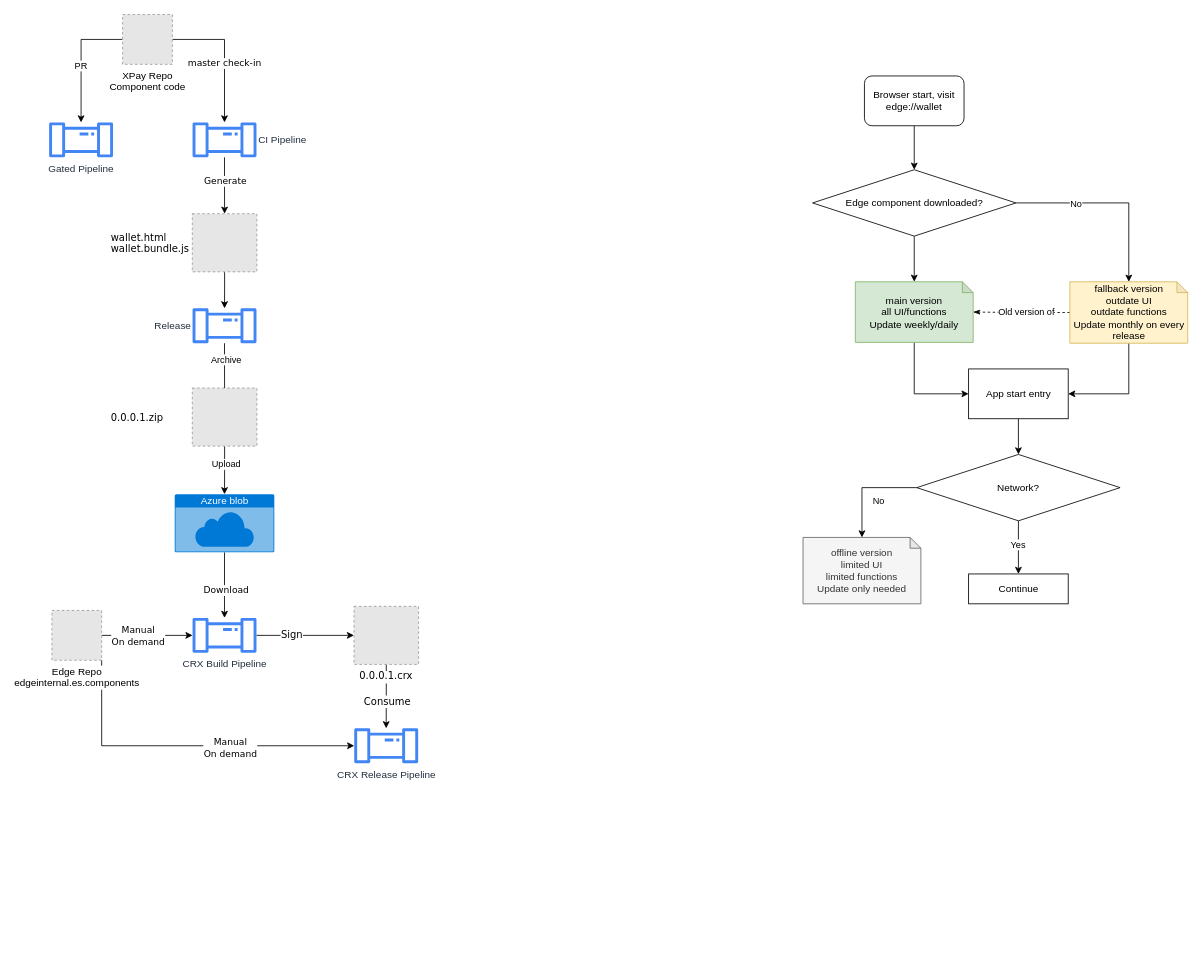
The draw.io diagram page "Overall" (1 of 3) of Wallet hub migration.drawio in lancelodliu/draw.io, before the edit. Source tidied: cells renumbered, new cells numbered last; positions are measured from the earlier drawing's top-left corner, leaving out a move shared by most shapes. Both pictures are drawn from the tidied source at 83%, with x=0, y=0 at pixel (48, 14). Pictures stored in the file or linked from it are replaced by grey dashed boxes.
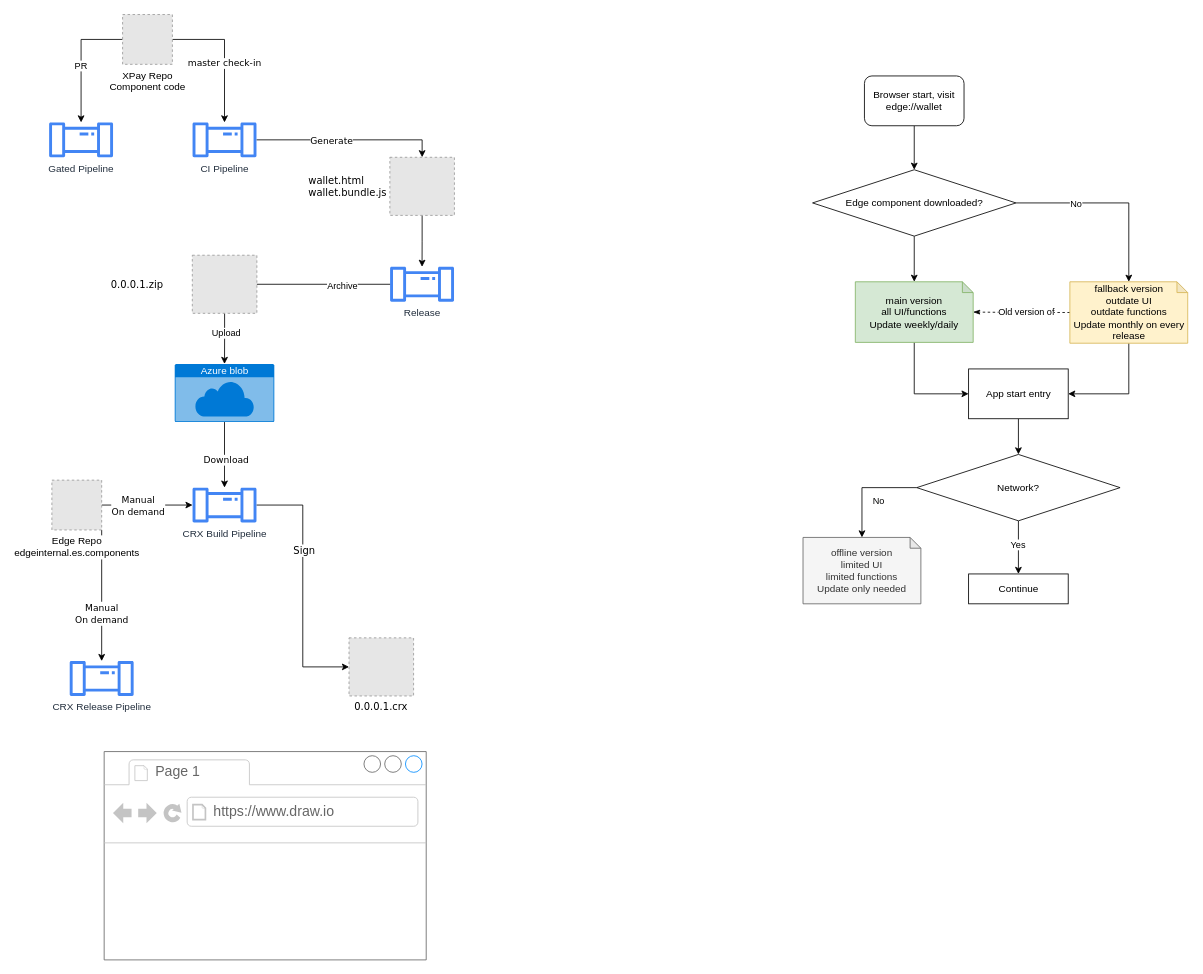
The same page after the edit.

What changed in the source:
```diff
@@
-    <mxCell id="4" value="CI Pipeline" style="sketch=0;outlineConnect=0;fontColor=#232F3E;gradientColor=none;fillColor=#4285F4;strokeColor=none;dashed=0;verticalLabelPosition=middle;verticalAlign=middle;align=left;html=1;fontSize=12;fontStyle=0;shape=mxgraph.aws4.iot_analytics_pipeline;labelPosition=right;" parent="1" vertex="1">
+    <mxCell id="4" value="CI Pipeline" style="sketch=0;outlineConnect=0;fontColor=#232F3E;gradientColor=none;fillColor=#4285F4;strokeColor=none;dashed=0;verticalLabelPosition=bottom;verticalAlign=top;align=center;html=1;fontSize=12;fontStyle=0;shape=mxgraph.aws4.iot_analytics_pipeline;labelPosition=center;" parent="1" vertex="1">
       <mxGeometry x="173" y="130" width="78" height="42" as="geometry" />
     </mxCell>
@@
     <mxCell id="14" value="wallet.html&#10;wallet.bundle.js" style="fillColor=#E6E6E6;strokeColor=#999999;dashed=1;verticalLabelPosition=middle;labelBackgroundColor=#ffffff;verticalAlign=middle;fontFamily=Verdana;labelPosition=left;align=left;spacingRight=0;spacing=-20;" parent="1" vertex="1">
-      <mxGeometry x="173.2" y="240" width="77.8" height="70" as="geometry" />
+      <mxGeometry x="411.2" y="172" width="77.8" height="70" as="geometry" />
     </mxCell>
@@
     <mxCell id="17" style="edgeStyle=orthogonalEdgeStyle;rounded=0;jettySize=auto;html=1;exitX=1;exitY=1;exitDx=0;exitDy=0;fontFamily=Verdana;fontSize=12;" parent="1" edge="1" source="19" target="26">
       <mxGeometry relative="1" as="geometry">
         <Array as="points">
-          <mxPoint x="64" y="881" />
+          <mxPoint x="64" y="724" />
         </Array>
       </mxGeometry>
     </mxCell>
@@
     <mxCell id="19" value="Edge Repo&lt;br&gt;edgeinternal.es.components" style="fillColor=#E6E6E6;strokeColor=#999999;dashed=1;html=1;verticalAlign=top;verticalLabelPosition=bottom;labelBackgroundColor=#ffffff;" parent="1" vertex="1">
-      <mxGeometry x="4" y="718" width="60" height="60" as="geometry" />
+      <mxGeometry x="4" y="561" width="60" height="60" as="geometry" />
     </mxCell>
@@
     <mxCell id="22" value="CRX Build Pipeline" style="sketch=0;outlineConnect=0;fontColor=#232F3E;gradientColor=none;fillColor=#4285F4;strokeColor=none;dashed=0;verticalLabelPosition=bottom;verticalAlign=top;align=center;html=1;fontSize=12;fontStyle=0;shape=mxgraph.aws4.iot_analytics_pipeline;" parent="1" vertex="1">
-      <mxGeometry x="173" y="727" width="78" height="42" as="geometry" />
+      <mxGeometry x="173" y="570" width="78" height="42" as="geometry" />
     </mxCell>
-    <mxCell id="23" style="edgeStyle=orthogonalEdgeStyle;rounded=0;jettySize=auto;html=1;fontFamily=Verdana;fontSize=12;" parent="1" edge="1" source="25" target="26">
-      <mxGeometry relative="1" as="geometry" />
-    </mxCell>
-    <mxCell id="24" value="Consume" style="edgeLabel;html=1;align=center;verticalAlign=middle;fontSize=12;fontFamily=Verdana;" parent="23" vertex="1">
-      <mxGeometry x="0.16" y="1" relative="1" as="geometry" />
-    </mxCell>
     <mxCell id="25" value="0.0.0.1.crx" style="fillColor=#E6E6E6;strokeColor=#999999;dashed=1;verticalLabelPosition=bottom;labelBackgroundColor=#ffffff;verticalAlign=top;fontFamily=Verdana;" parent="1" vertex="1">
-      <mxGeometry x="368" y="713" width="77.8" height="70" as="geometry" />
+      <mxGeometry x="362" y="751" width="77.8" height="70" as="geometry" />
     </mxCell>
     <mxCell id="26" value="CRX Release Pipeline" style="sketch=0;outlineConnect=0;fontColor=#232F3E;gradientColor=none;fillColor=#4285F4;strokeColor=none;dashed=0;verticalLabelPosition=bottom;verticalAlign=top;align=center;html=1;fontSize=12;fontStyle=0;shape=mxgraph.aws4.iot_analytics_pipeline;" parent="1" vertex="1">
-      <mxGeometry x="367.8" y="860" width="78" height="42" as="geometry" />
+      <mxGeometry x="25" y="779" width="78" height="42" as="geometry" />
     </mxCell>
@@
-    <mxCell id="29" value="Release" style="sketch=0;outlineConnect=0;fontColor=#232F3E;gradientColor=none;fillColor=#4285F4;strokeColor=none;dashed=0;verticalLabelPosition=middle;verticalAlign=middle;align=right;html=1;fontSize=12;fontStyle=0;shape=mxgraph.aws4.iot_analytics_pipeline;labelPosition=left;" parent="1" vertex="1">
-      <mxGeometry x="173" y="354" width="78" height="42" as="geometry" />
+    <mxCell id="29" value="Release" style="sketch=0;outlineConnect=0;fontColor=#232F3E;gradientColor=none;fillColor=#4285F4;strokeColor=none;dashed=0;verticalLabelPosition=bottom;verticalAlign=top;align=center;html=1;fontSize=12;fontStyle=0;shape=mxgraph.aws4.iot_analytics_pipeline;labelPosition=center;" parent="1" vertex="1">
+      <mxGeometry x="411" y="304" width="78" height="42" as="geometry" />
     </mxCell>
     <mxCell id="30" value="Azure blob" style="html=1;strokeColor=none;fillColor=#0079D6;labelPosition=center;verticalLabelPosition=middle;verticalAlign=top;align=center;fontSize=12;outlineConnect=0;spacingTop=-6;fontColor=#FFFFFF;sketch=0;shape=mxgraph.sitemap.cloud;rounded=1;shadow=0;glass=0;labelBorderColor=none;fontFamily=Helvetica;" parent="1" vertex="1">
-      <mxGeometry x="152" y="578" width="120" height="70" as="geometry" />
+      <mxGeometry x="152" y="421" width="120" height="70" as="geometry" />
     </mxCell>
     <mxCell id="31" value="0.0.0.1.zip" style="fillColor=#E6E6E6;strokeColor=#999999;dashed=1;verticalLabelPosition=middle;labelBackgroundColor=#ffffff;verticalAlign=middle;fontFamily=Verdana;labelPosition=left;align=left;spacingRight=0;spacing=-20;" parent="1" vertex="1">
-      <mxGeometry x="173.2" y="450" width="77.8" height="70" as="geometry" />
+      <mxGeometry x="173.2" y="290" width="77.8" height="70" as="geometry" />
     </mxCell>
@@
+    <mxCell id="55" style="strokeWidth=1;shadow=0;dashed=0;align=center;html=1;shape=mxgraph.mockup.containers.browserWindow;rSize=0;strokeColor=#666666;strokeColor2=#008cff;strokeColor3=#c4c4c4;mainText=,;" parent="1" vertex="1">
+      <mxGeometry x="67" y="888" width="388" height="251" as="geometry" />
+    </mxCell>
+    <mxCell id="56" value="Page 1" style="strokeWidth=1;shadow=0;dashed=0;align=center;html=1;shape=mxgraph.mockup.containers.anchor;fontSize=17;fontColor=#666666;align=left;" parent="55" vertex="1">
+      <mxGeometry x="60" y="12" width="110" height="26" as="geometry" />
+    </mxCell>
+    <mxCell id="57" value="https://www.draw.io" style="strokeWidth=1;shadow=0;dashed=0;align=center;html=1;shape=mxgraph.mockup.containers.anchor;rSize=0;fontSize=17;fontColor=#666666;align=left;" parent="55" vertex="1">
+      <mxGeometry x="130" y="60" width="250" height="26" as="geometry" />
+    </mxCell>
```
